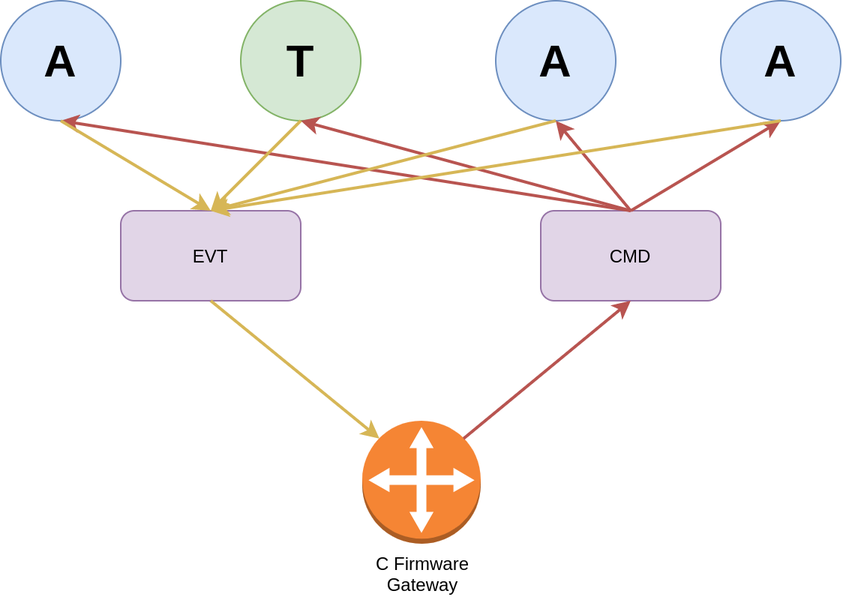
Above: reports/ble_mesh/img/ble_mesh_comunication.png in tuannv-github/uwb-ips (draw.io), before the change. Source tidied: cells renumbered, new cells last; positions are measured from the earlier drawing's top-left corner, leaving out a move shared by most shapes.
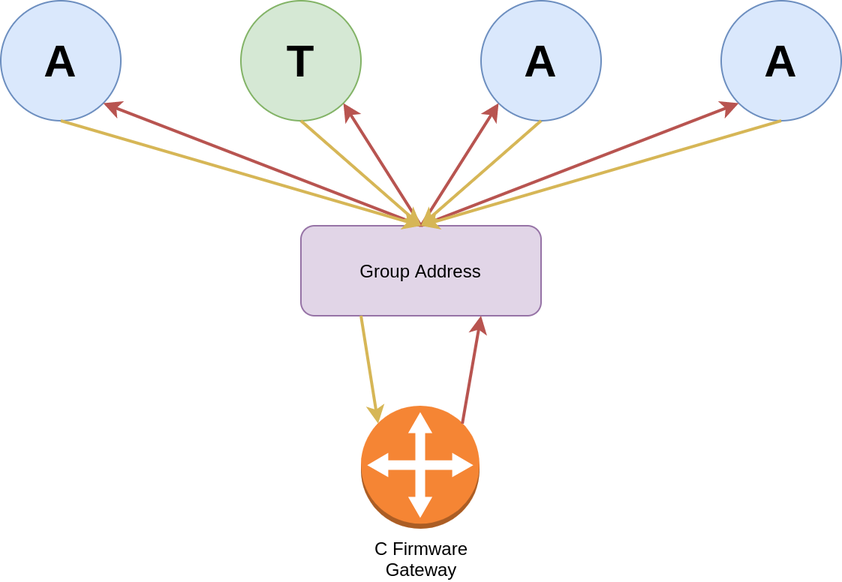
The same file after the commit.

Diff of the diagram source:
```diff
@@ -6,10 +6,10 @@
       <mxGeometry width="80" height="80" as="geometry" />
     </mxCell>
     <mxCell id="3" value="&lt;font style=&quot;font-size: 30px&quot;&gt;&lt;b&gt;A&lt;/b&gt;&lt;/font&gt;" style="ellipse;whiteSpace=wrap;html=1;fillColor=#dae8fc;strokeColor=#6c8ebf;" parent="1" vertex="1">
-      <mxGeometry x="330" width="80" height="80" as="geometry" />
+      <mxGeometry x="320" width="80" height="80" as="geometry" />
     </mxCell>
-    <mxCell id="4" value="EVT" style="rounded=1;whiteSpace=wrap;html=1;fillColor=#e1d5e7;strokeColor=#9673a6;" parent="1" vertex="1">
-      <mxGeometry x="80" y="140" width="120" height="60" as="geometry" />
+    <mxCell id="4" value="Group Address" style="rounded=1;whiteSpace=wrap;html=1;fillColor=#e1d5e7;strokeColor=#9673a6;" parent="1" vertex="1">
+      <mxGeometry x="200" y="150" width="160" height="60" as="geometry" />
     </mxCell>
     <mxCell id="5" value="&lt;font style=&quot;font-size: 30px&quot;&gt;&lt;b&gt;T&lt;/b&gt;&lt;/font&gt;" style="ellipse;whiteSpace=wrap;html=1;fillColor=#d5e8d4;strokeColor=#82b366;" parent="1" vertex="1">
       <mxGeometry x="160" width="80" height="80" as="geometry" />
@@ -18,32 +18,25 @@
       <mxGeometry x="480" width="80" height="80" as="geometry" />
     </mxCell>
     <mxCell id="7" value="&lt;span&gt;C Firmware&lt;/span&gt;&lt;br&gt;&lt;span&gt;Gateway&lt;/span&gt;" style="outlineConnect=0;dashed=0;verticalLabelPosition=bottom;verticalAlign=top;align=center;html=1;shape=mxgraph.aws3.customer_gateway;fillColor=#F58534;gradientColor=none;" parent="1" vertex="1">
-      <mxGeometry x="241" y="280" width="79" height="82" as="geometry" />
+      <mxGeometry x="240" y="270" width="79" height="82" as="geometry" />
     </mxCell>
-    <mxCell id="8" value="CMD" style="rounded=1;whiteSpace=wrap;html=1;fillColor=#e1d5e7;strokeColor=#9673a6;" parent="1" vertex="1">
-      <mxGeometry x="360" y="140" width="120" height="60" as="geometry" />
-    </mxCell>
-    <mxCell id="9" style="endArrow=classic;html=1;exitX=0.855;exitY=0.145;exitDx=0;exitDy=0;exitPerimeter=0;entryX=0.5;entryY=1;entryDx=0;entryDy=0;fillColor=#f8cecc;strokeColor=#b85450;strokeWidth=2;" parent="1" edge="1" source="7" target="8">
+    <mxCell id="9" style="endArrow=classic;html=1;exitX=0.855;exitY=0.145;exitDx=0;exitDy=0;exitPerimeter=0;entryX=0.75;entryY=1;entryDx=0;entryDy=0;fillColor=#f8cecc;strokeColor=#b85450;strokeWidth=2;" parent="1" edge="1" source="7" target="4">
       <mxGeometry relative="1" as="geometry" />
     </mxCell>
-    <mxCell id="10" style="endArrow=classic;html=1;exitX=0.5;exitY=1;exitDx=0;exitDy=0;entryX=0.145;entryY=0.145;entryDx=0;entryDy=0;entryPerimeter=0;fillColor=#fff2cc;strokeColor=#d6b656;strokeWidth=2;" parent="1" edge="1" source="4" target="7">
+    <mxCell id="10" style="endArrow=classic;html=1;exitX=0.25;exitY=1;exitDx=0;exitDy=0;entryX=0.145;entryY=0.145;entryDx=0;entryDy=0;entryPerimeter=0;fillColor=#fff2cc;strokeColor=#d6b656;strokeWidth=2;" parent="1" edge="1" source="4" target="7">
       <mxGeometry relative="1" as="geometry" />
     </mxCell>
-    <mxCell id="11" style="endArrow=classic;html=1;exitX=0.5;exitY=0;exitDx=0;exitDy=0;entryX=0.5;entryY=1;entryDx=0;entryDy=0;fillColor=#f8cecc;strokeColor=#b85450;strokeWidth=2;" parent="1" edge="1" source="8" target="2">
+    <mxCell id="11" style="endArrow=classic;html=1;exitX=0.5;exitY=0;exitDx=0;exitDy=0;entryX=1;entryY=1;entryDx=0;entryDy=0;fillColor=#f8cecc;strokeColor=#b85450;strokeWidth=2;" parent="1" edge="1" source="4" target="2">
       <mxGeometry relative="1" as="geometry" />
     </mxCell>
-    <mxCell id="12" style="endArrow=classic;html=1;entryX=0.5;entryY=1;entryDx=0;entryDy=0;fillColor=#f8cecc;strokeColor=#b85450;strokeWidth=2;" parent="1" edge="1" target="5">
-      <mxGeometry relative="1" as="geometry">
-        <mxPoint x="420" y="140" as="sourcePoint" />
-      </mxGeometry>
+    <mxCell id="12" style="endArrow=classic;html=1;fillColor=#f8cecc;strokeColor=#b85450;strokeWidth=2;exitX=0.5;exitY=0;exitDx=0;exitDy=0;entryX=1;entryY=1;entryDx=0;entryDy=0;" parent="1" edge="1" source="4" target="5">
+      <mxGeometry relative="1" as="geometry" />
     </mxCell>
-    <mxCell id="13" style="endArrow=classic;html=1;entryX=0.5;entryY=1;entryDx=0;entryDy=0;exitX=0.5;exitY=0;exitDx=0;exitDy=0;fillColor=#f8cecc;strokeColor=#b85450;strokeWidth=2;" parent="1" edge="1" source="8" target="3">
+    <mxCell id="13" style="endArrow=classic;html=1;entryX=0;entryY=1;entryDx=0;entryDy=0;exitX=0.5;exitY=0;exitDx=0;exitDy=0;fillColor=#f8cecc;strokeColor=#b85450;strokeWidth=2;" parent="1" edge="1" source="4" target="3">
       <mxGeometry relative="1" as="geometry" />
     </mxCell>
-    <mxCell id="14" style="endArrow=classic;html=1;entryX=0.5;entryY=1;entryDx=0;entryDy=0;fillColor=#f8cecc;strokeColor=#b85450;strokeWidth=2;" parent="1" edge="1" target="6">
-      <mxGeometry relative="1" as="geometry">
-        <mxPoint x="420" y="140" as="sourcePoint" />
-      </mxGeometry>
+    <mxCell id="14" style="endArrow=classic;html=1;fillColor=#f8cecc;strokeColor=#b85450;strokeWidth=2;exitX=0.5;exitY=0;exitDx=0;exitDy=0;entryX=0;entryY=1;entryDx=0;entryDy=0;" parent="1" edge="1" source="4" target="6">
+      <mxGeometry relative="1" as="geometry" />
     </mxCell>
     <mxCell id="15" style="endArrow=classic;html=1;exitX=0.5;exitY=1;exitDx=0;exitDy=0;entryX=0.5;entryY=0;entryDx=0;entryDy=0;fillColor=#fff2cc;strokeColor=#d6b656;strokeWidth=2;" parent="1" edge="1" source="2" target="4">
       <mxGeometry relative="1" as="geometry" />
```
